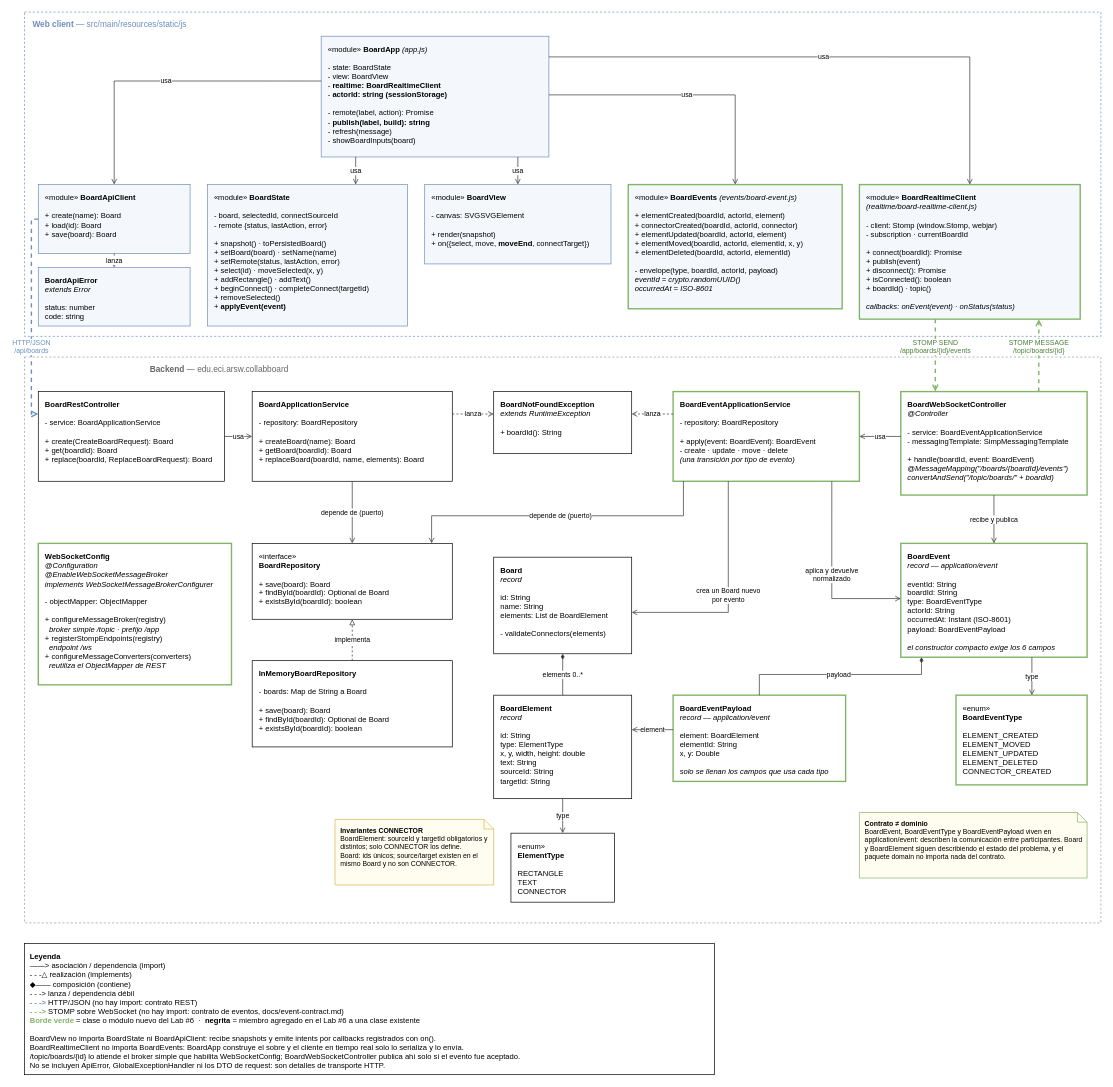
sofiapeace/lab-arsw-p03-collaborative-architecture-board keeps this draw.io diagram as page "Class Diagram" (2 of 2) of docs/architecture/diagrams.drawio. Above is the earlier version. Source tidied: cells renumbered, new cells numbered last; positions are measured from the earlier drawing's top-left corner, leaving out a move shared by most shapes. Both pictures are drawn from the tidied source at 69%, with x=0, y=0 at pixel (24, 12).
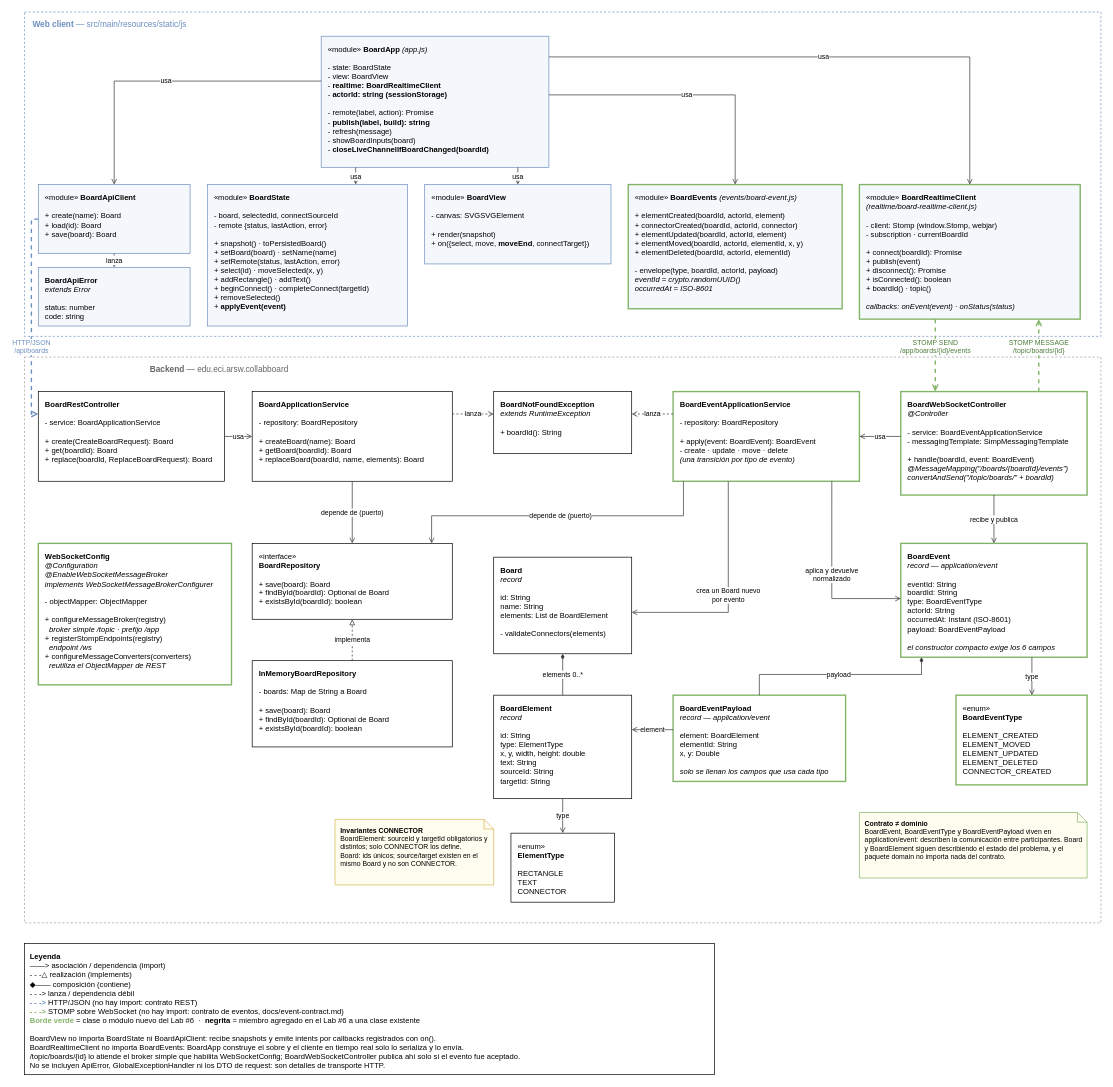
After the change.

The change refers to these unchanged cells:
```xml
<mxCell id="5" value="&amp;laquo;module&amp;raquo; &lt;b&gt;BoardApiClient&lt;/b&gt;&lt;br&gt;&lt;br&gt;+ create(name): Board&lt;br&gt;+ load(id): Board&lt;br&gt;+ save(board): Board" style="rounded=0;whiteSpace=wrap;html=1;fillColor=#F4F8FC;strokeColor=#6C8EBF;fontSize=11;align=left;verticalAlign=top;spacingLeft=8;spacingTop=6;" parent="1" vertex="1">
  <mxGeometry x="20" y="250" width="220" height="100" as="geometry" />
</mxCell>
<mxCell id="9" value="&amp;laquo;module&amp;raquo; &lt;b&gt;BoardEvents&lt;/b&gt; &lt;i&gt;(events/board-event.js)&lt;/i&gt;&lt;br&gt;&lt;br&gt;+ elementCreated(boardId, actorId, element)&lt;br&gt;+ connectorCreated(boardId, actorId, connector)&lt;br&gt;+ elementUpdated(boardId, actorId, element)&lt;br&gt;+ elementMoved(boardId, actorId, elementId, x, y)&lt;br&gt;+ elementDeleted(boardId, actorId, elementId)&lt;br&gt;&lt;br&gt;- envelope(type, boardId, actorId, payload)&lt;br&gt;&lt;i&gt;eventId = crypto.randomUUID()&lt;/i&gt;&lt;br&gt;&lt;i&gt;occurredAt = ISO-8601&lt;/i&gt;" style="rounded=0;whiteSpace=wrap;html=1;fillColor=#F4F8FC;strokeColor=#82B366;strokeWidth=2;fontSize=11;align=left;verticalAlign=top;spacingLeft=8;spacingTop=6;" parent="1" vertex="1">
  <mxGeometry x="875" y="250" width="310" height="180" as="geometry" />
</mxCell>
<mxCell id="10" value="&amp;laquo;module&amp;raquo; &lt;b&gt;BoardRealtimeClient&lt;/b&gt;&lt;br&gt;&lt;i&gt;(realtime/board-realtime-client.js)&lt;/i&gt;&lt;br&gt;&lt;br&gt;- client: Stomp (window.Stomp, webjar)&lt;br&gt;- subscription · currentBoardId&lt;br&gt;&lt;br&gt;+ connect(boardId): Promise&lt;br&gt;+ publish(event)&lt;br&gt;+ disconnect(): Promise&lt;br&gt;+ isConnected(): boolean&lt;br&gt;+ boardId() · topic()&lt;br&gt;&lt;br&gt;&lt;i&gt;callbacks: onEvent(event) · onStatus(status)&lt;/i&gt;" style="rounded=0;whiteSpace=wrap;html=1;fillColor=#F4F8FC;strokeColor=#82B366;strokeWidth=2;fontSize=11;align=left;verticalAlign=top;spacingLeft=8;spacingTop=6;" parent="1" vertex="1">
  <mxGeometry x="1210" y="250" width="320" height="195" as="geometry" />
</mxCell>
```

The edit, as a diff of the source:
```diff
@@
-    <mxCell id="4" value="&amp;laquo;module&amp;raquo; &lt;b&gt;BoardApp&lt;/b&gt; &lt;i&gt;(app.js)&lt;/i&gt;&lt;br&gt;&lt;br&gt;- state: BoardState&lt;br&gt;- view: BoardView&lt;br&gt;- &lt;b&gt;realtime: BoardRealtimeClient&lt;/b&gt;&lt;br&gt;- &lt;b&gt;actorId: string (sessionStorage)&lt;/b&gt;&lt;br&gt;&lt;br&gt;- remote(label, action): Promise&lt;br&gt;- &lt;b&gt;publish(label, build): string&lt;/b&gt;&lt;br&gt;- refresh(message)&lt;br&gt;- showBoardInputs(board)" style="rounded=0;whiteSpace=wrap;html=1;fillColor=#F4F8FC;strokeColor=#6C8EBF;fontSize=11;align=left;verticalAlign=top;spacingLeft=8;spacingTop=6;" parent="1" vertex="1">
-      <mxGeometry x="430" y="35" width="330" height="175" as="geometry" />
+    <mxCell id="4" value="&amp;laquo;module&amp;raquo; &lt;b&gt;BoardApp&lt;/b&gt; &lt;i&gt;(app.js)&lt;/i&gt;&lt;br&gt;&lt;br&gt;- state: BoardState&lt;br&gt;- view: BoardView&lt;br&gt;- &lt;b&gt;realtime: BoardRealtimeClient&lt;/b&gt;&lt;br&gt;- &lt;b&gt;actorId: string (sessionStorage)&lt;/b&gt;&lt;br&gt;&lt;br&gt;- remote(label, action): Promise&lt;br&gt;- &lt;b&gt;publish(label, build): string&lt;/b&gt;&lt;br&gt;- refresh(message)&lt;br&gt;- showBoardInputs(board)&lt;br&gt;- &lt;b&gt;closeLiveChannelIfBoardChanged(boardId)&lt;/b&gt;" style="rounded=0;whiteSpace=wrap;html=1;fillColor=#F4F8FC;strokeColor=#6C8EBF;fontSize=11;align=left;verticalAlign=top;spacingLeft=8;spacingTop=6;" parent="1" vertex="1">
+      <mxGeometry x="430" y="35" width="330" height="190" as="geometry" />
     </mxCell>
@@
-    <mxCell id="28" value="usa" style="edgeStyle=orthogonalEdgeStyle;rounded=0;html=1;strokeColor=#333333;fontSize=10;endArrow=open;endFill=0;exitX=0;exitY=0.371;exitDx=0;exitDy=0;entryX=0.5;entryY=0;entryDx=0;entryDy=0;" parent="1" edge="1" source="4" target="5">
+    <mxCell id="28" value="usa" style="edgeStyle=orthogonalEdgeStyle;rounded=0;html=1;strokeColor=#333333;fontSize=10;endArrow=open;endFill=0;exitX=0;exitY=0.3421;exitDx=0;exitDy=0;entryX=0.5;entryY=0;entryDx=0;entryDy=0;" parent="1" edge="1" source="4" target="5">
       <mxGeometry relative="1" as="geometry">
         <Array as="points">
           <mxPoint x="130" y="100" />
         </Array>
       </mxGeometry>
     </mxCell>
@@
-    <mxCell id="31" value="usa" style="edgeStyle=orthogonalEdgeStyle;rounded=0;html=1;strokeColor=#333333;fontSize=10;endArrow=open;endFill=0;exitX=1;exitY=0.4857;exitDx=0;exitDy=0;entryX=0.5;entryY=0;entryDx=0;entryDy=0;" parent="1" edge="1" source="4" target="9">
+    <mxCell id="31" value="usa" style="edgeStyle=orthogonalEdgeStyle;rounded=0;html=1;strokeColor=#333333;fontSize=10;endArrow=open;endFill=0;exitX=1;exitY=0.4474;exitDx=0;exitDy=0;entryX=0.5;entryY=0;entryDx=0;entryDy=0;" parent="1" edge="1" source="4" target="9">
       <mxGeometry relative="1" as="geometry">
         <Array as="points">
           <mxPoint x="1030" y="120" />
         </Array>
       </mxGeometry>
     </mxCell>
-    <mxCell id="32" value="usa" style="edgeStyle=orthogonalEdgeStyle;rounded=0;html=1;strokeColor=#333333;fontSize=10;endArrow=open;endFill=0;exitX=1;exitY=0.1714;exitDx=0;exitDy=0;entryX=0.5;entryY=0;entryDx=0;entryDy=0;" parent="1" edge="1" source="4" target="10">
+    <mxCell id="32" value="usa" style="edgeStyle=orthogonalEdgeStyle;rounded=0;html=1;strokeColor=#333333;fontSize=10;endArrow=open;endFill=0;exitX=1;exitY=0.1579;exitDx=0;exitDy=0;entryX=0.5;entryY=0;entryDx=0;entryDy=0;" parent="1" edge="1" source="4" target="10">
       <mxGeometry relative="1" as="geometry">
         <Array as="points">
           <mxPoint x="1370" y="65" />
         </Array>
       </mxGeometry>
     </mxCell>
```
